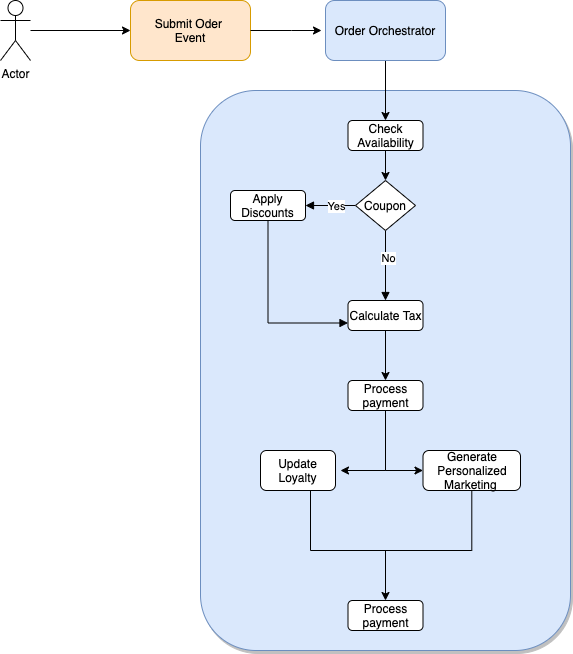
Earlier version of the draw.io export business-flow/order-workflow-sample.png (ShanmugaSivapragasam/gcp-workflows-pov). Source tidied: cells renumbered, new cells last; positions are measured from the earlier drawing's top-left corner, leaving out a move shared by most shapes.
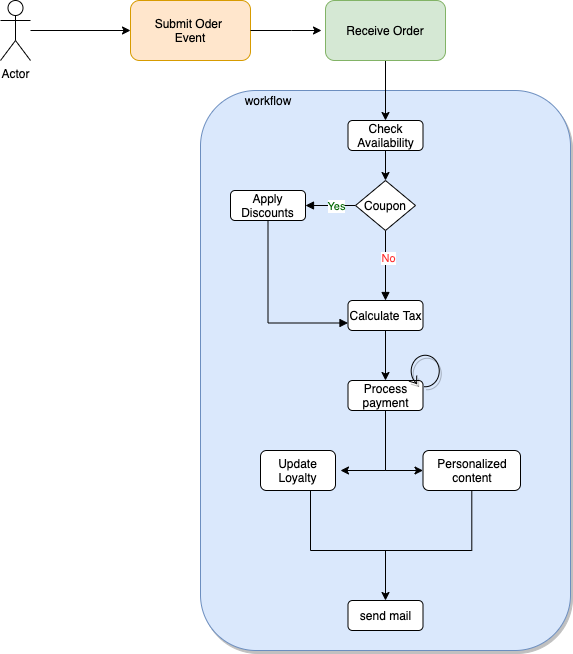
After the change.

What changed in the source:
```diff
@@ -36,7 +36,7 @@
         </Array>
       </mxGeometry>
     </mxCell>
-    <mxCell id="9" value="Order Orchestrator" style="rounded=1;whiteSpace=wrap;html=1;fillColor=#dae8fc;strokeColor=#6c8ebf;" parent="1" vertex="1">
+    <mxCell id="9" value="Receive Order" style="rounded=1;whiteSpace=wrap;html=1;fillColor=#d5e8d4;strokeColor=#82b366;" parent="1" vertex="1">
       <mxGeometry x="325" width="120" height="60" as="geometry" />
     </mxCell>
     <mxCell id="10" style="edgeStyle=orthogonalEdgeStyle;rounded=0;jettySize=auto;html=1;entryX=0.5;entryY=0;entryDx=0;entryDy=0;" parent="1" edge="1" source="11" target="18">
@@ -58,7 +58,7 @@
     <mxCell id="14" style="edgeStyle=orthogonalEdgeStyle;rounded=0;jettySize=auto;html=1;entryX=1;entryY=0.5;entryDx=0;entryDy=0;startArrow=none;startFill=0;endArrow=block;endFill=1;" parent="1" edge="1" source="18" target="13">
       <mxGeometry relative="1" as="geometry" />
     </mxCell>
-    <mxCell id="15" value="Yes" style="edgeLabel;html=1;align=center;verticalAlign=middle;" parent="14" vertex="1">
+    <mxCell id="15" value="&lt;font color=&quot;#006600&quot;&gt;Yes&lt;/font&gt;" style="edgeLabel;html=1;align=center;verticalAlign=middle;" parent="14" vertex="1">
       <mxGeometry x="-0.48" y="3" relative="1" as="geometry">
         <mxPoint x="-7" y="-3" as="offset" />
       </mxGeometry>
@@ -66,7 +66,7 @@
     <mxCell id="16" style="edgeStyle=orthogonalEdgeStyle;rounded=0;jettySize=auto;html=1;startArrow=none;startFill=0;endArrow=block;endFill=1;" parent="1" edge="1" source="18" target="20">
       <mxGeometry relative="1" as="geometry" />
     </mxCell>
-    <mxCell id="17" value="No" style="edgeLabel;html=1;align=center;verticalAlign=middle;" parent="16" vertex="1">
+    <mxCell id="17" value="&lt;font color=&quot;#ff3333&quot;&gt;No&lt;/font&gt;" style="edgeLabel;html=1;align=center;verticalAlign=middle;" parent="16" vertex="1">
       <mxGeometry x="-0.23" y="2" relative="1" as="geometry" />
     </mxCell>
     <mxCell id="18" value="Coupon" style="rhombus;whiteSpace=wrap;html=1;" parent="1" vertex="1">
@@ -113,11 +113,20 @@
         </Array>
       </mxGeometry>
     </mxCell>
-    <mxCell id="27" value="Generate Personalized Marketing&amp;nbsp;" style="rounded=1;whiteSpace=wrap;html=1;" parent="1" vertex="1">
+    <mxCell id="27" value="Personalized content" style="rounded=1;whiteSpace=wrap;html=1;" parent="1" vertex="1">
       <mxGeometry x="422.5" y="450" width="97.5" height="40" as="geometry" />
     </mxCell>
-    <mxCell id="28" value="Process payment" style="rounded=1;whiteSpace=wrap;html=1;" parent="1" vertex="1">
+    <mxCell id="28" value="send mail" style="rounded=1;whiteSpace=wrap;html=1;" parent="1" vertex="1">
       <mxGeometry x="347.5" y="600" width="75" height="30" as="geometry" />
     </mxCell>
+    <mxCell id="29" value="workflow" style="text;html=1;strokeColor=none;fillColor=none;align=center;verticalAlign=middle;whiteSpace=wrap;rounded=0;shadow=1;" parent="1" vertex="1">
+      <mxGeometry x="241.5" y="90" width="52" height="20" as="geometry" />
+    </mxCell>
+    <mxCell id="30" style="shape=mxgraph.bpmn.loop;html=1;shadow=1;" parent="1" vertex="1">
+      <mxGeometry x="408.5" y="353" width="31.5" height="34" as="geometry" />
+    </mxCell>
+    <mxCell id="31" style="edgeStyle=orthogonalEdgeStyle;rounded=0;orthogonalLoop=1;jettySize=auto;html=1;exitX=0.5;exitY=1;exitDx=0;exitDy=0;startArrow=none;startFill=0;endArrow=block;endFill=1;" parent="1" edge="1" source="29" target="29">
+      <mxGeometry relative="1" as="geometry" />
+    </mxCell>
   </root>
 </mxGraphModel>
```
